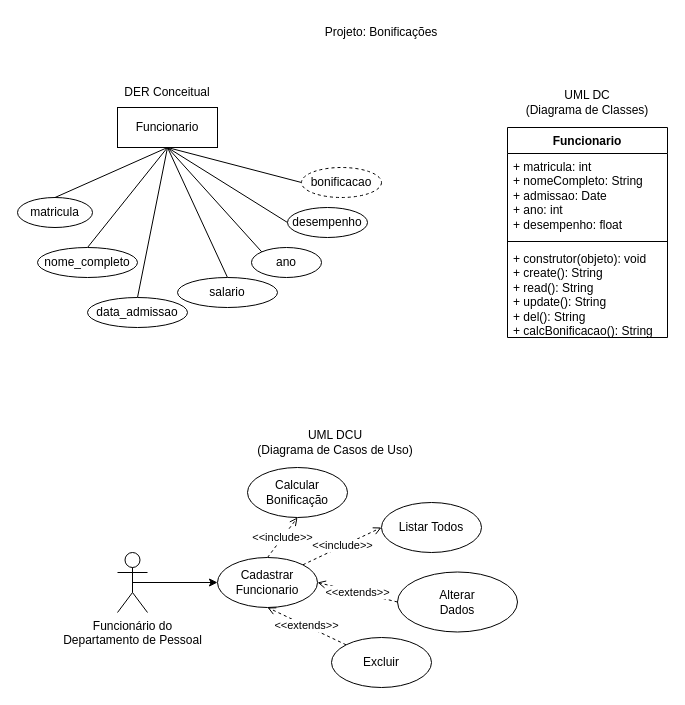
Earlier version of the draw.io diagram 2des/01-pwbe/aula13/imgs/bonificacoes.drawio (Kcioban/DSFork). Source tidied: cells renumbered, new cells numbered last; positions are measured from the earlier drawing's top-left corner, leaving out a move shared by most shapes. Both pictures are drawn from the tidied source at 100%, with x=0, y=0 at pixel (17, 17).
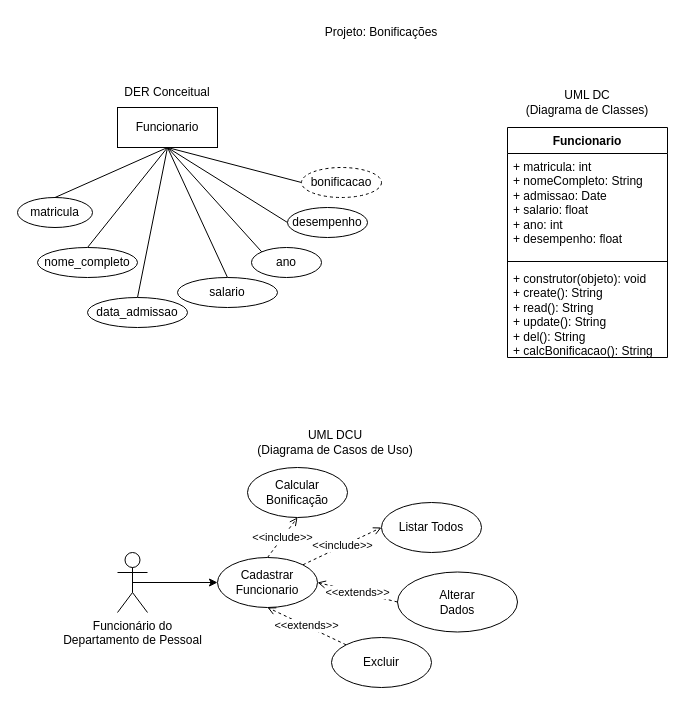
After the change.

What changed in the source:
```diff
@@
     <mxCell id="14" value="Funcionario" style="swimlane;fontStyle=1;align=center;verticalAlign=top;horizontal=1;startSize=26;whiteSpace=wrap;html=1;" parent="1" vertex="1">
-      <mxGeometry x="490" y="110" width="160" height="210" as="geometry" />
+      <mxGeometry x="490" y="110" width="160" height="230" as="geometry" />
     </mxCell>
-    <mxCell id="15" value="+ matricula: int&lt;br&gt;+ nomeCompleto: String&lt;br&gt;+ admissao: Date&lt;br&gt;+ ano: int&lt;br&gt;+ desempenho: float" style="text;strokeColor=none;fillColor=none;align=left;verticalAlign=top;spacingLeft=4;spacingRight=4;overflow=hidden;whiteSpace=wrap;html=1;" parent="14" vertex="1">
-      <mxGeometry y="26" width="160" height="84" as="geometry" />
+    <mxCell id="15" value="+ matricula: int&lt;br&gt;+ nomeCompleto: String&lt;br&gt;+ admissao: Date&lt;br&gt;+ salario: float&lt;br&gt;+ ano: int&lt;br&gt;+ desempenho: float" style="text;strokeColor=none;fillColor=none;align=left;verticalAlign=top;spacingLeft=4;spacingRight=4;overflow=hidden;whiteSpace=wrap;html=1;" parent="14" vertex="1">
+      <mxGeometry y="26" width="160" height="104" as="geometry" />
     </mxCell>
     <mxCell id="16" style="line;strokeWidth=1;fillColor=none;align=left;verticalAlign=middle;spacingTop=-1;spacingLeft=3;spacingRight=3;labelPosition=right;strokeColor=inherit;" parent="14" vertex="1">
-      <mxGeometry y="110" width="160" height="8" as="geometry" />
+      <mxGeometry y="130" width="160" height="8" as="geometry" />
     </mxCell>
     <mxCell id="17" value="+ construtor(objeto): void&lt;br&gt;+ create(): String&lt;br&gt;+ read(): String&lt;br&gt;+ update(): String&lt;br&gt;+ del(): String&lt;br&gt;+ calcBonificacao(): String" style="text;strokeColor=none;fillColor=none;align=left;verticalAlign=top;spacingLeft=4;spacingRight=4;overflow=hidden;whiteSpace=wrap;html=1;" parent="14" vertex="1">
-      <mxGeometry y="118" width="160" height="92" as="geometry" />
+      <mxGeometry y="138" width="160" height="92" as="geometry" />
     </mxCell>
```
